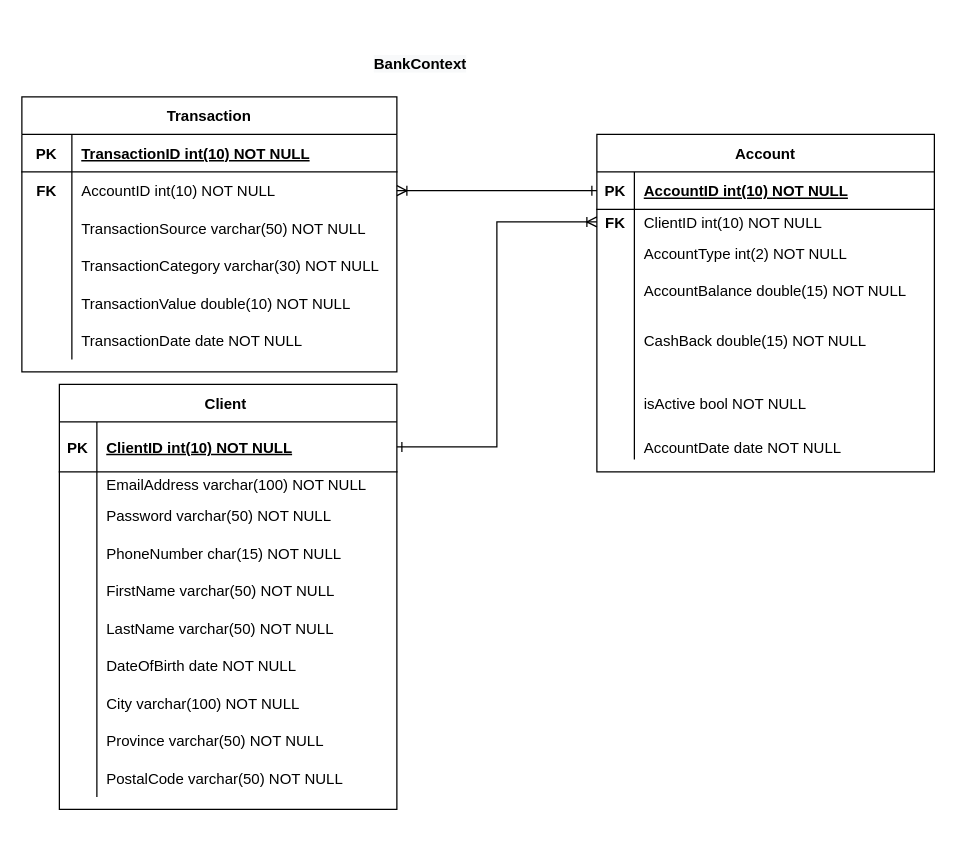
dmoradiya/Banking-Application-and-Expenses-Tracker-with-React---C-ASP-.NET-MVC keeps this draw.io diagram as Planning/ERD_CapstoneBank.drawio. Above is the earlier version. Source tidied: cells renumbered, new cells numbered last; positions are measured from the earlier drawing's top-left corner, leaving out a move shared by most shapes. Both pictures are drawn from the tidied source at 125%, with x=0, y=0 at pixel (21, 46).
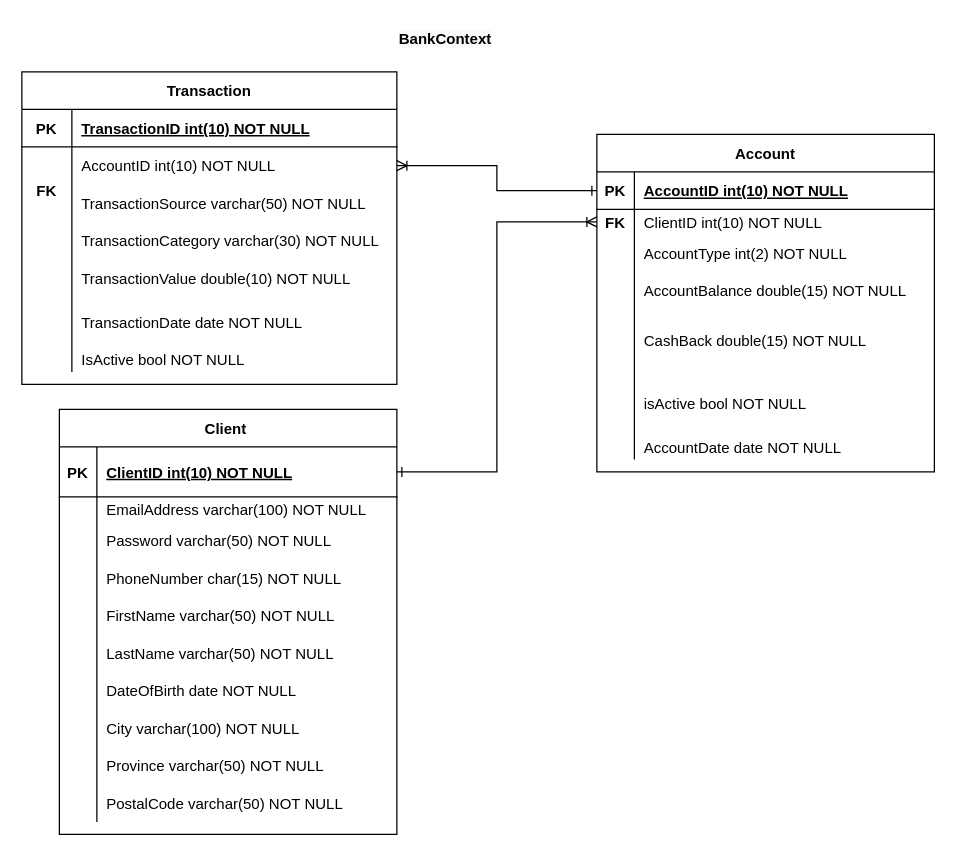
The same diagram, later.

Commit message (it also covers changes not shown here):
Updated  presentation materials;

What changed in the source:
```diff
@@
     <mxCell id="2" value="Transaction" style="shape=table;startSize=30;childLayout=tableLayout;rowLines=0;fontStyle=1;align=center;" parent="1" vertex="1">
-      <mxGeometry y="40" width="300" height="220" as="geometry" />
+      <mxGeometry y="20" width="300" height="250" as="geometry" />
     </mxCell>
@@
     <mxCell id="18" style="shape=partialRectangle;fillColor=none;top=0;left=0;right=0;bottom=0;" parent="2" vertex="1">
-      <mxGeometry y="180" width="300" height="30" as="geometry" />
+      <mxGeometry y="180" width="300" height="40" as="geometry" />
     </mxCell>
     <mxCell id="19" style="shape=partialRectangle;overflow=hidden;fillColor=none;top=0;left=0;bottom=0;right=0;" parent="18" vertex="1">
-      <mxGeometry width="40" height="30" as="geometry" />
+      <mxGeometry width="40" height="40" as="geometry" />
     </mxCell>
     <mxCell id="20" value="TransactionDate date NOT NULL" style="shape=partialRectangle;overflow=hidden;fillColor=none;top=0;left=0;bottom=0;right=0;align=left;spacingLeft=6;" parent="18" vertex="1">
-      <mxGeometry x="40" width="260" height="30" as="geometry" />
+      <mxGeometry x="40" width="260" height="40" as="geometry" />
     </mxCell>
+    <mxCell id="79" style="shape=partialRectangle;fillColor=none;top=0;left=0;right=0;bottom=0;" parent="2" vertex="1">
+      <mxGeometry y="220" width="300" height="20" as="geometry" />
+    </mxCell>
+    <mxCell id="80" style="shape=partialRectangle;overflow=hidden;fillColor=none;top=0;left=0;bottom=0;right=0;" parent="79" vertex="1">
+      <mxGeometry width="40" height="20" as="geometry" />
+    </mxCell>
+    <mxCell id="81" value="IsActive bool NOT NULL" style="shape=partialRectangle;overflow=hidden;fillColor=none;top=0;left=0;bottom=0;right=0;align=left;spacingLeft=6;" parent="79" vertex="1">
+      <mxGeometry x="40" width="260" height="20" as="geometry" />
+    </mxCell>
@@
     <mxCell id="46" value="Client " style="shape=table;startSize=30;childLayout=tableLayout;rowLines=0;fontStyle=1;align=center;" parent="1" vertex="1">
-      <mxGeometry x="30" y="270" width="270" height="340" as="geometry" />
+      <mxGeometry x="30" y="290" width="270" height="340" as="geometry" />
     </mxCell>
@@
     <mxCell id="78" value="&lt;span style=&quot;color: rgb(0 , 0 , 0) ; font-family: &amp;#34;helvetica&amp;#34; ; font-size: 12px ; font-style: normal ; font-weight: 700 ; letter-spacing: normal ; text-align: center ; text-indent: 0px ; text-transform: none ; word-spacing: 0px ; background-color: rgb(248 , 249 , 250) ; display: inline ; float: none&quot;&gt;BankContext&lt;/span&gt;" style="text;whiteSpace=wrap;html=1;" parent="1" vertex="1">
-      <mxGeometry x="280" width="90" height="30" as="geometry" />
+      <mxGeometry x="300" y="-20" width="90" height="30" as="geometry" />
     </mxCell>
```
